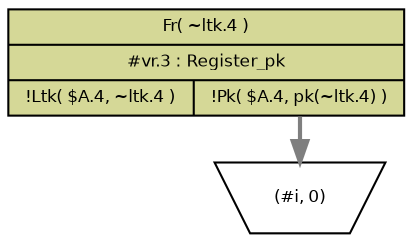
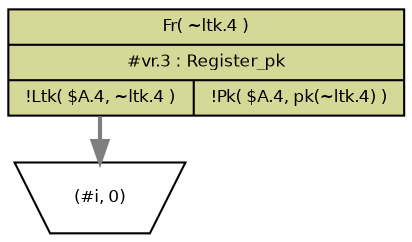
digraph "G" {
nodesep="0.3";
ranksep="0.3";
node[fontsize="8",fontname="Helvetica",width="0.3",height="0.2"];
edge[fontsize="8",fontname="Helvetica"];
n4[shape="record",label="{{<n0> Fr( ~ltk.4 )}|{<n1> #vr.3 : Register_pk}|{<n2> !Ltk( $A.4, ~ltk.4 )|<n3> !Pk( $A.4, pk(~ltk.4) )}}",fillcolor="#d5d897",style="filled",fontcolor="black",role="Undefined"];
n5[label="(#i, 0)",shape="invtrapezium"];
- n4:n3 -> n5[style="bold",weight="10.0",color="gray50"];
+ n4:n2 -> n5[style="bold",weight="10.0",color="gray50"];

}